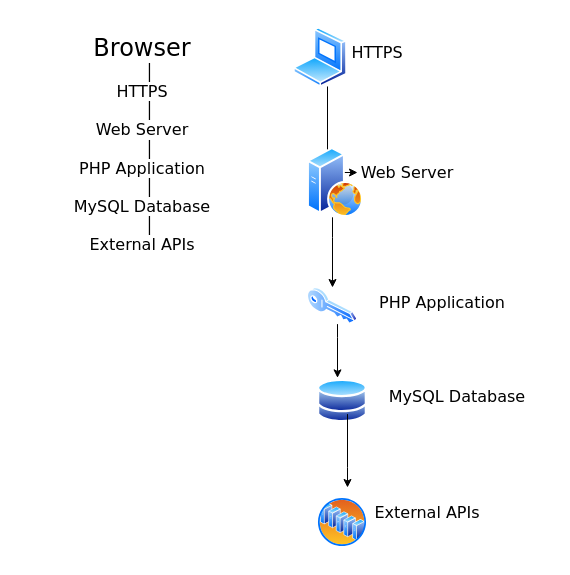
Before: page "Logical Diagram" (7 of 7) of Use Case Diagram.drawio in Nash230/IS406-Final-Year-Major-Project, a draw.io diagram. Source tidied: cells renumbered, new cells numbered last; positions are measured from the earlier drawing's top-left corner, leaving out a move shared by most shapes. Both pictures are drawn from the tidied source at 100%, with x=0, y=0 at pixel (17, 27).
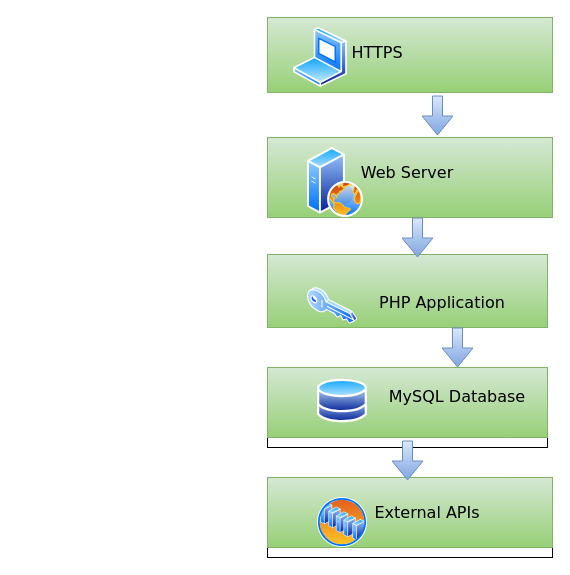
The same page after the edit.

The change refers to these unchanged cells:
```xml
<mxCell id="5" style="image;perimeter=ellipsePerimeter;html=1;align=center;shadow=0;dashed=0;spacingTop=3;image=img/lib/active_directory/laptop_client.svg;" parent="1" vertex="1">
  <mxGeometry x="276" width="54" height="60" as="geometry" />
</mxCell>
<mxCell id="7" style="image;perimeter=ellipsePerimeter;html=1;align=center;shadow=0;dashed=0;spacingTop=3;image=img/lib/active_directory/web_server.svg;" parent="1" vertex="1">
  <mxGeometry x="290" y="120" width="56" height="70" as="geometry" />
</mxCell>
<mxCell id="8" value="&lt;font face=&quot;Verdana&quot;&gt;&lt;span&gt;&lt;font size=&quot;3&quot;&gt;&lt;span&gt;Web Server&lt;/span&gt;&lt;/font&gt;&lt;/span&gt;&lt;/font&gt;" style="text;html=1;whiteSpace=wrap;strokeColor=none;fillColor=none;align=center;verticalAlign=middle;rounded=0;" parent="1" vertex="1">
  <mxGeometry x="340" y="130" width="100" height="30" as="geometry" />
</mxCell>
<mxCell id="10" style="image;perimeter=ellipsePerimeter;html=1;align=center;shadow=0;dashed=0;spacingTop=3;image=img/lib/active_directory/key.svg;" parent="1" vertex="1">
  <mxGeometry x="290" y="260" width="50" height="37" as="geometry" />
</mxCell>
<mxCell id="14" style="image;perimeter=ellipsePerimeter;html=1;align=center;shadow=0;dashed=0;spacingTop=3;image=img/lib/active_directory/database.svg;" parent="1" vertex="1">
  <mxGeometry x="300" y="350" width="50" height="37" as="geometry" />
</mxCell>
```

The edit, as a diff of the source:
```diff
@@
-    <mxCell id="2" value="&lt;div align=&quot;center&quot;&gt;&lt;font face=&quot;Verdana&quot;&gt;&lt;span&gt;&lt;div class=&quot;scriptor-paragraph&quot;&gt;&lt;font style=&quot;font-size: 24px;&quot;&gt;&lt;span&gt;Browser&lt;/span&gt;&lt;/font&gt;&lt;/div&gt;&lt;div class=&quot;scriptor-paragraph&quot;&gt;&lt;font size=&quot;3&quot;&gt;&lt;span&gt;&amp;nbsp;&amp;nbsp; │&lt;/span&gt;&lt;/font&gt;&lt;/div&gt;&lt;div class=&quot;scriptor-paragraph&quot;&gt;&lt;font size=&quot;3&quot;&gt;&lt;span&gt;HTTPS&lt;/span&gt;&lt;/font&gt;&lt;/div&gt;&lt;div class=&quot;scriptor-paragraph&quot;&gt;&lt;font size=&quot;3&quot;&gt;&lt;span&gt;&amp;nbsp;&amp;nbsp; │&lt;/span&gt;&lt;/font&gt;&lt;/div&gt;&lt;div class=&quot;scriptor-paragraph&quot;&gt;&lt;font size=&quot;3&quot;&gt;&lt;span&gt;Web Server&lt;/span&gt;&lt;/font&gt;&lt;/div&gt;&lt;div class=&quot;scriptor-paragraph&quot;&gt;&lt;font size=&quot;3&quot;&gt;&lt;span&gt;&amp;nbsp;&amp;nbsp; │&lt;/span&gt;&lt;/font&gt;&lt;/div&gt;&lt;div class=&quot;scriptor-paragraph&quot;&gt;&lt;font size=&quot;3&quot;&gt;&lt;span&gt;PHP Application&lt;/span&gt;&lt;/font&gt;&lt;/div&gt;&lt;div class=&quot;scriptor-paragraph&quot;&gt;&lt;font size=&quot;3&quot;&gt;&lt;span&gt;&amp;nbsp;&amp;nbsp; │&lt;/span&gt;&lt;/font&gt;&lt;/div&gt;&lt;div class=&quot;scriptor-paragraph&quot;&gt;&lt;font size=&quot;3&quot;&gt;&lt;span&gt;MySQL Database&lt;/span&gt;&lt;/font&gt;&lt;/div&gt;&lt;div class=&quot;scriptor-paragraph&quot;&gt;&lt;font size=&quot;3&quot;&gt;&lt;span&gt;&amp;nbsp;&amp;nbsp; │&lt;/span&gt;&lt;/font&gt;&lt;/div&gt;&lt;div class=&quot;scriptor-paragraph&quot;&gt;&lt;font size=&quot;3&quot;&gt;&lt;span&gt;External APIs&lt;/span&gt;&lt;/font&gt;&lt;/div&gt;&lt;/span&gt;&lt;/font&gt;&lt;/div&gt;" style="text;whiteSpace=wrap;html=1;align=center;" parent="1" vertex="1">
-      <mxGeometry width="250" height="220" as="geometry" />
-    </mxCell>
+    <mxCell id="18" style="rounded=0;whiteSpace=wrap;html=1;fillColor=#d5e8d4;gradientColor=#97d077;strokeColor=#82b366;" parent="1" vertex="1">
+      <mxGeometry x="250" y="-10" width="285" height="75" as="geometry" />
+    </mxCell>
+    <mxCell id="19" style="rounded=0;whiteSpace=wrap;html=1;" parent="1" vertex="1">
+      <mxGeometry x="250" y="460" width="285" height="70" as="geometry" />
+    </mxCell>
+    <mxCell id="20" style="rounded=0;whiteSpace=wrap;html=1;fillColor=#d5e8d4;gradientColor=#97d077;strokeColor=#82b366;" parent="1" vertex="1">
+      <mxGeometry x="250" y="110" width="285" height="80" as="geometry" />
+    </mxCell>
+    <mxCell id="21" style="rounded=0;whiteSpace=wrap;html=1;" parent="1" vertex="1">
+      <mxGeometry x="250" y="350" width="280" height="70" as="geometry" />
+    </mxCell>
+    <mxCell id="22" style="rounded=0;whiteSpace=wrap;html=1;fillColor=#d5e8d4;gradientColor=#97d077;strokeColor=#82b366;" parent="1" vertex="1">
+      <mxGeometry x="250" y="227" width="280" height="73" as="geometry" />
+    </mxCell>
+    <mxCell id="23" style="rounded=0;whiteSpace=wrap;html=1;fillColor=#d5e8d4;gradientColor=#97d077;strokeColor=#82b366;" parent="1" vertex="1">
+      <mxGeometry x="250" y="340" width="280" height="70" as="geometry" />
+    </mxCell>
+    <mxCell id="24" style="rounded=0;whiteSpace=wrap;html=1;fillColor=#d5e8d4;gradientColor=#97d077;strokeColor=#82b366;" parent="1" vertex="1">
+      <mxGeometry x="250" y="450" width="285" height="70" as="geometry" />
+    </mxCell>
@@
-    <mxCell id="4" style="edgeStyle=orthogonalEdgeStyle;rounded=0;jettySize=auto;html=1;" parent="1" edge="1" source="5" target="8">
-      <mxGeometry relative="1" as="geometry">
-        <Array as="points">
-          <mxPoint x="310" y="145" />
-        </Array>
-      </mxGeometry>
-    </mxCell>
@@
-    <mxCell id="6" style="edgeStyle=orthogonalEdgeStyle;rounded=0;jettySize=auto;html=1;" parent="1" edge="1" source="7" target="10">
-      <mxGeometry relative="1" as="geometry">
-        <Array as="points">
-          <mxPoint x="315" y="210" />
-          <mxPoint x="315" y="210" />
-        </Array>
-      </mxGeometry>
-    </mxCell>
@@
-    <mxCell id="9" style="edgeStyle=orthogonalEdgeStyle;rounded=0;jettySize=auto;html=1;" parent="1" edge="1" source="10" target="14">
-      <mxGeometry relative="1" as="geometry">
-        <Array as="points">
-          <mxPoint x="320" y="310" />
-          <mxPoint x="320" y="310" />
-        </Array>
-      </mxGeometry>
-    </mxCell>
@@
-    <mxCell id="13" style="edgeStyle=orthogonalEdgeStyle;rounded=0;jettySize=auto;html=1;" parent="1" edge="1" source="14">
-      <mxGeometry relative="1" as="geometry">
-        <mxPoint x="330" y="460" as="targetPoint" />
-        <Array as="points">
-          <mxPoint x="330" y="440" />
-          <mxPoint x="330" y="440" />
-        </Array>
-      </mxGeometry>
-    </mxCell>
@@
+    <mxCell id="25" style="shape=flexArrow;endArrow=classic;html=1;rounded=0;fillColor=#dae8fc;gradientColor=#7ea6e0;strokeColor=#6c8ebf;" parent="1" edge="1">
+      <mxGeometry relative="1" as="geometry">
+        <mxPoint x="420" y="68" as="sourcePoint" />
+        <mxPoint x="420" y="108" as="targetPoint" />
+      </mxGeometry>
+    </mxCell>
+    <mxCell id="26" style="shape=flexArrow;endArrow=classic;html=1;rounded=0;fillColor=#dae8fc;gradientColor=#7ea6e0;strokeColor=#6c8ebf;" parent="1" edge="1">
+      <mxGeometry relative="1" as="geometry">
+        <mxPoint x="400" y="190" as="sourcePoint" />
+        <mxPoint x="400" y="230" as="targetPoint" />
+      </mxGeometry>
+    </mxCell>
+    <mxCell id="27" style="shape=flexArrow;endArrow=classic;html=1;rounded=0;fillColor=#dae8fc;gradientColor=#7ea6e0;strokeColor=#6c8ebf;" parent="1" edge="1">
+      <mxGeometry relative="1" as="geometry">
+        <mxPoint x="440" y="300" as="sourcePoint" />
+        <mxPoint x="440" y="340" as="targetPoint" />
+      </mxGeometry>
+    </mxCell>
+    <mxCell id="28" style="shape=flexArrow;endArrow=classic;html=1;rounded=0;fillColor=#dae8fc;gradientColor=#7ea6e0;strokeColor=#6c8ebf;" parent="1" edge="1">
+      <mxGeometry relative="1" as="geometry">
+        <mxPoint x="390" y="413" as="sourcePoint" />
+        <mxPoint x="390" y="453" as="targetPoint" />
+      </mxGeometry>
+    </mxCell>
```
